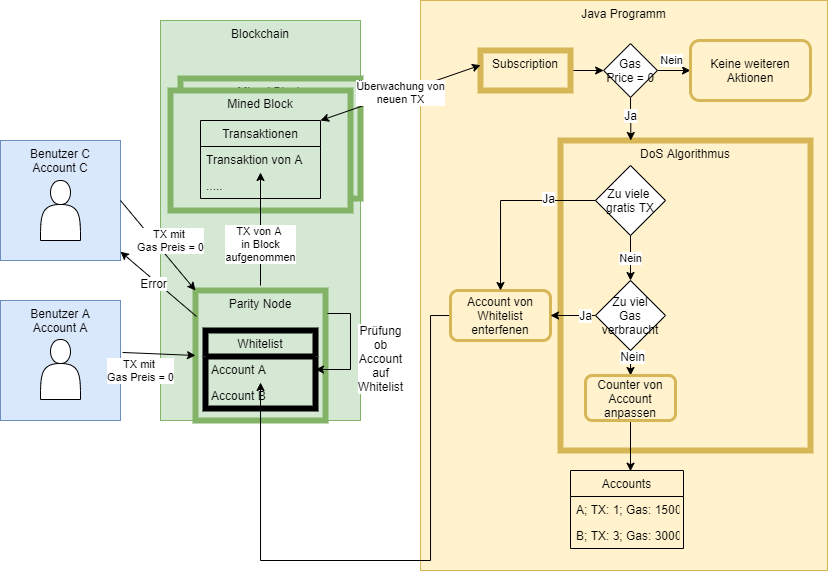
The draw.io diagram Report/images/process_whitelist.png in Geryones/BlockChain_TransactionManager, before a commit. Source tidied: cells renumbered, new cells last; positions are measured from the earlier drawing's top-left corner, leaving out a move shared by most shapes.
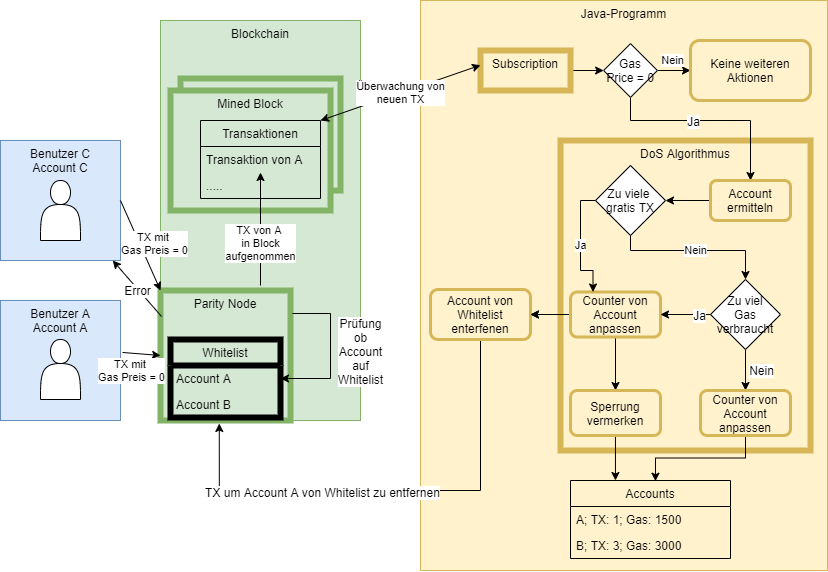
After the change.

Commit message:
time logging

Change to the diagram source:
```diff
@@ -5,23 +5,23 @@
     <mxCell id="2" value="Blockchain" style="rounded=0;whiteSpace=wrap;html=1;fillColor=#d5e8d4;strokeColor=#82b366;verticalAlign=top;" parent="1" vertex="1">
       <mxGeometry x="160" y="20" width="200" height="400" as="geometry" />
     </mxCell>
-    <mxCell id="3" value="Mined Block" style="rounded=0;whiteSpace=wrap;html=1;strokeWidth=6;labelPosition=center;verticalLabelPosition=middle;align=center;verticalAlign=top;fillColor=#d5e8d4;strokeColor=#82b366;" parent="1" vertex="1">
-      <mxGeometry x="180" y="78" width="180" height="120" as="geometry" />
+    <mxCell id="3" style="rounded=0;whiteSpace=wrap;html=1;strokeWidth=6;labelPosition=center;verticalLabelPosition=middle;align=center;verticalAlign=top;fillColor=#d5e8d4;strokeColor=#82b366;" parent="1" vertex="1">
+      <mxGeometry x="180" y="78" width="160" height="112" as="geometry" />
     </mxCell>
     <mxCell id="4" value="Benutzer A&lt;br&gt;Account A" style="rounded=0;whiteSpace=wrap;html=1;fillColor=#dae8fc;strokeColor=#6c8ebf;verticalAlign=top;" parent="1" vertex="1">
       <mxGeometry y="300" width="120" height="120" as="geometry" />
     </mxCell>
-    <mxCell id="5" value="Java Programm" style="rounded=0;whiteSpace=wrap;html=1;fillColor=#fff2cc;strokeColor=#d6b656;verticalAlign=top;" parent="1" vertex="1">
+    <mxCell id="5" value="Java-Programm" style="rounded=0;whiteSpace=wrap;html=1;fillColor=#fff2cc;strokeColor=#d6b656;verticalAlign=top;" parent="1" vertex="1">
       <mxGeometry x="420" width="407" height="570" as="geometry" />
     </mxCell>
     <mxCell id="6" style="shape=actor;whiteSpace=wrap;html=1;" parent="1" vertex="1">
       <mxGeometry x="40" y="339" width="40" height="60" as="geometry" />
     </mxCell>
     <mxCell id="7" value="Parity Node" style="whiteSpace=wrap;html=1;verticalAlign=top;fillColor=#d5e8d4;strokeColor=#82b366;strokeWidth=6;" parent="1" vertex="1">
-      <mxGeometry x="195" y="290" width="130" height="130" as="geometry" />
+      <mxGeometry x="160" y="290" width="130" height="130" as="geometry" />
     </mxCell>
     <mxCell id="8" value="Whitelist" style="swimlane;fontStyle=0;horizontal=1;startSize=26;fillColor=none;strokeWidth=6;" parent="1" vertex="1">
-      <mxGeometry x="205" y="330" width="110" height="78" as="geometry" />
+      <mxGeometry x="170" y="339" width="110" height="78" as="geometry" />
     </mxCell>
     <mxCell id="9" value="Account A" style="text;strokeColor=none;fillColor=none;align=left;verticalAlign=top;spacingLeft=4;spacingRight=4;overflow=hidden;points=[[0,0.5],[1,0.5]];portConstraint=eastwest;" parent="8" vertex="1">
       <mxGeometry y="26" width="110" height="26" as="geometry" />
@@ -36,7 +36,7 @@
       <mxGeometry x="40" y="180" width="40" height="60" as="geometry" />
     </mxCell>
     <mxCell id="13" value="Mined Block" style="rounded=0;whiteSpace=wrap;html=1;strokeWidth=6;labelPosition=center;verticalLabelPosition=middle;align=center;verticalAlign=top;fillColor=#d5e8d4;strokeColor=#82b366;" parent="1" vertex="1">
-      <mxGeometry x="170" y="90" width="180" height="120" as="geometry" />
+      <mxGeometry x="170" y="90" width="160" height="120" as="geometry" />
     </mxCell>
     <mxCell id="14" value="Transaktionen" style="swimlane;fontStyle=0;horizontal=1;startSize=26;fillColor=none;strokeWidth=1;" parent="1" vertex="1">
       <mxGeometry x="200" y="120" width="120" height="78" as="geometry" />
@@ -56,14 +56,14 @@
     <mxCell id="19" style="endArrow=classic;html=1;exitX=1.015;exitY=0.177;exitDx=0;exitDy=0;exitPerimeter=0;entryX=1;entryY=0.5;entryDx=0;entryDy=0;strokeColor=#000000;rounded=0;" parent="1" edge="1" source="7" target="9">
       <mxGeometry relative="1" as="geometry">
         <Array as="points">
-          <mxPoint x="350" y="313" />
-          <mxPoint x="350" y="369" />
+          <mxPoint x="330" y="313" />
+          <mxPoint x="330" y="378" />
         </Array>
       </mxGeometry>
     </mxCell>
     <mxCell id="20" value="Prüfung&lt;br&gt;ob&lt;br&gt;Account&lt;br&gt;auf&lt;br&gt;Whitelist" style="text;html=1;align=center;verticalAlign=middle;labelBackgroundColor=#ffffff;" parent="19" vertex="1">
       <mxGeometry x="-0.56" y="-17" relative="1" as="geometry">
-        <mxPoint x="47" y="42" as="offset" />
+        <mxPoint x="34.2" y="20" as="offset" />
       </mxGeometry>
     </mxCell>
     <mxCell id="21" style="endArrow=classic;html=1;strokeColor=#000000;exitX=0.008;exitY=0.2;exitDx=0;exitDy=0;exitPerimeter=0;" parent="1" edge="1" source="7" target="11">
@@ -89,13 +89,13 @@
       <mxGeometry relative="1" as="geometry" />
     </mxCell>
     <mxCell id="27" value="Accounts" style="swimlane;fontStyle=0;horizontal=1;startSize=26;fillColor=none;strokeWidth=1;" parent="1" vertex="1">
-      <mxGeometry x="570" y="470" width="113" height="78" as="geometry" />
+      <mxGeometry x="570" y="480" width="160" height="78" as="geometry" />
     </mxCell>
     <mxCell id="28" value="A; TX: 1; Gas: 1500" style="text;strokeColor=none;fillColor=none;align=left;verticalAlign=top;spacingLeft=4;spacingRight=4;overflow=hidden;" parent="27" vertex="1">
-      <mxGeometry y="26" width="113" height="26" as="geometry" />
+      <mxGeometry y="26" width="160" height="26" as="geometry" />
     </mxCell>
     <mxCell id="29" value="B; TX: 3; Gas: 3000" style="text;strokeColor=none;fillColor=none;align=left;verticalAlign=top;spacingLeft=4;spacingRight=4;overflow=hidden;" parent="27" vertex="1">
-      <mxGeometry y="52" width="113" height="26" as="geometry" />
+      <mxGeometry y="52" width="160" height="26" as="geometry" />
     </mxCell>
     <mxCell id="30" value="DoS Algorithmus" style="rounded=0;whiteSpace=wrap;html=1;strokeWidth=6;fillColor=#fff2cc;strokeColor=#d6b656;verticalAlign=top;" parent="1" vertex="1">
       <mxGeometry x="560" y="140" width="250" height="310" as="geometry" />
@@ -103,8 +103,13 @@
     <mxCell id="31" value="Nein" style="edgeStyle=orthogonalEdgeStyle;rounded=0;jettySize=auto;html=1;exitX=1;exitY=0.5;exitDx=0;exitDy=0;strokeColor=#000000;" parent="1" edge="1" source="34" target="35">
       <mxGeometry x="0.09" y="-10" relative="1" as="geometry" />
     </mxCell>
-    <mxCell id="32" style="edgeStyle=orthogonalEdgeStyle;rounded=0;jettySize=auto;html=1;strokeColor=#000000;entryX=0.281;entryY=0;entryDx=0;entryDy=0;entryPerimeter=0;" parent="1" edge="1" source="34" target="30">
-      <mxGeometry relative="1" as="geometry" />
+    <mxCell id="32" style="edgeStyle=orthogonalEdgeStyle;rounded=0;jettySize=auto;html=1;strokeColor=#000000;" parent="1" edge="1" source="34" target="51">
+      <mxGeometry relative="1" as="geometry">
+        <Array as="points">
+          <mxPoint x="630" y="120" />
+          <mxPoint x="750" y="120" />
+        </Array>
+      </mxGeometry>
     </mxCell>
     <mxCell id="33" value="Ja" style="text;html=1;align=center;verticalAlign=middle;labelBackgroundColor=#ffffff;" parent="32" vertex="1">
       <mxGeometry x="-0.17" relative="1" as="geometry" />
@@ -115,27 +120,28 @@
     <mxCell id="35" value="Keine weiteren&lt;br&gt;Aktionen" style="rounded=1;whiteSpace=wrap;html=1;strokeWidth=3;fillColor=#fff2cc;strokeColor=#d6b656;" parent="1" vertex="1">
       <mxGeometry x="690" y="40" width="120" height="60" as="geometry" />
     </mxCell>
-    <mxCell id="36" style="edgeStyle=orthogonalEdgeStyle;rounded=0;jettySize=auto;html=1;strokeColor=#000000;" parent="1" edge="1" source="37" target="9">
+    <mxCell id="36" style="edgeStyle=orthogonalEdgeStyle;rounded=0;jettySize=auto;html=1;strokeColor=#000000;entryX=0.452;entryY=1.023;entryDx=0;entryDy=0;entryPerimeter=0;" parent="1" edge="1" source="37" target="7">
       <mxGeometry relative="1" as="geometry">
         <Array as="points">
-          <mxPoint x="430" y="315" />
-          <mxPoint x="430" y="560" />
-          <mxPoint x="260" y="560" />
+          <mxPoint x="480" y="490" />
+          <mxPoint x="219" y="490" />
         </Array>
       </mxGeometry>
     </mxCell>
+    <mxCell id="49" value="TX um Account A von Whitelist zu entfernen" style="text;html=1;align=center;verticalAlign=middle;labelBackgroundColor=#ffffff;" parent="36" vertex="1">
+      <mxGeometry x="0.29" y="1" relative="1" as="geometry" />
+    </mxCell>
     <mxCell id="37" value="Account von Whitelist enterfenen" style="rounded=1;whiteSpace=wrap;html=1;strokeWidth=3;fillColor=#fff2cc;strokeColor=#d6b656;" parent="1" vertex="1">
-      <mxGeometry x="450" y="290" width="100" height="50" as="geometry" />
+      <mxGeometry x="430" y="289" width="100" height="50" as="geometry" />
     </mxCell>
     <mxCell id="38" value="Nein" style="edgeStyle=orthogonalEdgeStyle;rounded=0;jettySize=auto;html=1;strokeColor=#000000;" parent="1" edge="1" source="41" target="46">
-      <mxGeometry relative="1" as="geometry" />
+      <mxGeometry relative="1" as="geometry">
+        <Array as="points">
+          <mxPoint x="630" y="250" />
+          <mxPoint x="745" y="250" />
+        </Array>
+      </mxGeometry>
     </mxCell>
-    <mxCell id="39" style="edgeStyle=orthogonalEdgeStyle;rounded=0;jettySize=auto;html=1;entryX=0.5;entryY=0;entryDx=0;entryDy=0;strokeColor=#000000;" parent="1" edge="1" source="41" target="37">
-      <mxGeometry relative="1" as="geometry" />
-    </mxCell>
-    <mxCell id="40" value="Ja" style="text;html=1;align=center;verticalAlign=middle;labelBackgroundColor=#ffffff;" parent="39" vertex="1">
-      <mxGeometry x="-0.5" y="-2" relative="1" as="geometry" />
-    </mxCell>
     <mxCell id="41" value="Zu viele&amp;nbsp;&lt;br&gt;gratis TX" style="rhombus;whiteSpace=wrap;html=1;strokeWidth=1;" parent="1" vertex="1">
       <mxGeometry x="595" y="165" width="70" height="70" as="geometry" />
     </mxCell>
@@ -143,24 +149,59 @@
       <mxGeometry relative="1" as="geometry" />
     </mxCell>
     <mxCell id="43" value="Nein" style="text;html=1;align=center;verticalAlign=middle;labelBackgroundColor=#ffffff;" parent="42" vertex="1">
-      <mxGeometry x="0.3" y="2" relative="1" as="geometry" />
+      <mxGeometry x="0.3" y="2" relative="1" as="geometry">
+        <mxPoint x="13" y="-7" as="offset" />
+      </mxGeometry>
     </mxCell>
-    <mxCell id="44" style="edgeStyle=orthogonalEdgeStyle;rounded=0;jettySize=auto;html=1;entryX=1;entryY=0.5;entryDx=0;entryDy=0;strokeColor=#000000;" parent="1" edge="1" source="46" target="37">
+    <mxCell id="44" style="edgeStyle=orthogonalEdgeStyle;rounded=0;jettySize=auto;html=1;entryX=1;entryY=0.5;entryDx=0;entryDy=0;strokeColor=#000000;" parent="1" edge="1" source="54" target="37">
       <mxGeometry relative="1" as="geometry" />
     </mxCell>
-    <mxCell id="45" value="Ja" style="text;html=1;align=center;verticalAlign=middle;labelBackgroundColor=#ffffff;" parent="44" vertex="1">
-      <mxGeometry x="-0.56" y="8" relative="1" as="geometry">
-        <mxPoint y="-8" as="offset" />
-      </mxGeometry>
-    </mxCell>
     <mxCell id="46" value="Zu viel&lt;br&gt;Gas&lt;br&gt;verbraucht" style="rhombus;whiteSpace=wrap;html=1;strokeWidth=1;" parent="1" vertex="1">
-      <mxGeometry x="595" y="280" width="70" height="70" as="geometry" />
+      <mxGeometry x="710" y="279" width="70" height="70" as="geometry" />
     </mxCell>
     <mxCell id="47" style="edgeStyle=orthogonalEdgeStyle;rounded=0;jettySize=auto;html=1;entryX=0.531;entryY=0.009;entryDx=0;entryDy=0;entryPerimeter=0;strokeColor=#000000;" parent="1" edge="1" source="48" target="27">
       <mxGeometry relative="1" as="geometry" />
     </mxCell>
     <mxCell id="48" value="Counter von Account&lt;br&gt;anpassen" style="rounded=1;whiteSpace=wrap;html=1;strokeWidth=3;fillColor=#fff2cc;strokeColor=#d6b656;" parent="1" vertex="1">
-      <mxGeometry x="585" y="375" width="90" height="45" as="geometry" />
+      <mxGeometry x="700" y="390" width="90" height="45" as="geometry" />
     </mxCell>
+    <mxCell id="50" style="edgeStyle=orthogonalEdgeStyle;rounded=0;jettySize=auto;html=1;strokeColor=#000000;" parent="1" edge="1" source="51" target="41">
+      <mxGeometry relative="1" as="geometry" />
+    </mxCell>
+    <mxCell id="51" value="Account ermitteln" style="rounded=1;whiteSpace=wrap;html=1;strokeWidth=3;fillColor=#fff2cc;strokeColor=#d6b656;" parent="1" vertex="1">
+      <mxGeometry x="710" y="180" width="80" height="40" as="geometry" />
+    </mxCell>
+    <mxCell id="52" style="edgeStyle=orthogonalEdgeStyle;rounded=0;jettySize=auto;html=1;strokeColor=#000000;" parent="1" edge="1" source="54" target="37">
+      <mxGeometry relative="1" as="geometry" />
+    </mxCell>
+    <mxCell id="53" style="edgeStyle=orthogonalEdgeStyle;rounded=0;jettySize=auto;html=1;strokeColor=#000000;entryX=0.5;entryY=0;entryDx=0;entryDy=0;" parent="1" edge="1" source="54" target="59">
+      <mxGeometry relative="1" as="geometry" />
+    </mxCell>
+    <mxCell id="54" value="Counter von Account&lt;br&gt;anpassen" style="rounded=1;whiteSpace=wrap;html=1;strokeWidth=3;fillColor=#fff2cc;strokeColor=#d6b656;" parent="1" vertex="1">
+      <mxGeometry x="570" y="291.5" width="90" height="45" as="geometry" />
+    </mxCell>
+    <mxCell id="55" style="edgeStyle=orthogonalEdgeStyle;rounded=0;jettySize=auto;html=1;entryX=1;entryY=0.5;entryDx=0;entryDy=0;strokeColor=#000000;" parent="1" edge="1" source="46" target="54">
+      <mxGeometry relative="1" as="geometry" />
+    </mxCell>
+    <mxCell id="56" value="Ja" style="text;html=1;align=center;verticalAlign=middle;labelBackgroundColor=#ffffff;" parent="55" vertex="1">
+      <mxGeometry x="-0.56" y="8" relative="1" as="geometry">
+        <mxPoint y="-8" as="offset" />
+      </mxGeometry>
+    </mxCell>
+    <mxCell id="57" value="Ja" style="edgeStyle=orthogonalEdgeStyle;rounded=0;jettySize=auto;html=1;entryX=0.25;entryY=0;entryDx=0;entryDy=0;strokeColor=#000000;exitX=0;exitY=0.5;exitDx=0;exitDy=0;" parent="1" edge="1" source="41" target="54">
+      <mxGeometry relative="1" as="geometry">
+        <Array as="points">
+          <mxPoint x="580" y="200" />
+          <mxPoint x="580" y="270" />
+          <mxPoint x="593" y="270" />
+        </Array>
+      </mxGeometry>
+    </mxCell>
+    <mxCell id="58" style="edgeStyle=orthogonalEdgeStyle;rounded=0;jettySize=auto;html=1;entryX=0.281;entryY=0;entryDx=0;entryDy=0;entryPerimeter=0;strokeColor=#000000;" parent="1" edge="1" source="59" target="27">
+      <mxGeometry relative="1" as="geometry" />
+    </mxCell>
+    <mxCell id="59" value="Sperrung vermerken" style="rounded=1;whiteSpace=wrap;html=1;strokeWidth=3;fillColor=#fff2cc;strokeColor=#d6b656;" parent="1" vertex="1">
+      <mxGeometry x="570" y="390" width="90" height="45" as="geometry" />
+    </mxCell>
   </root>
 </mxGraphModel>
```
